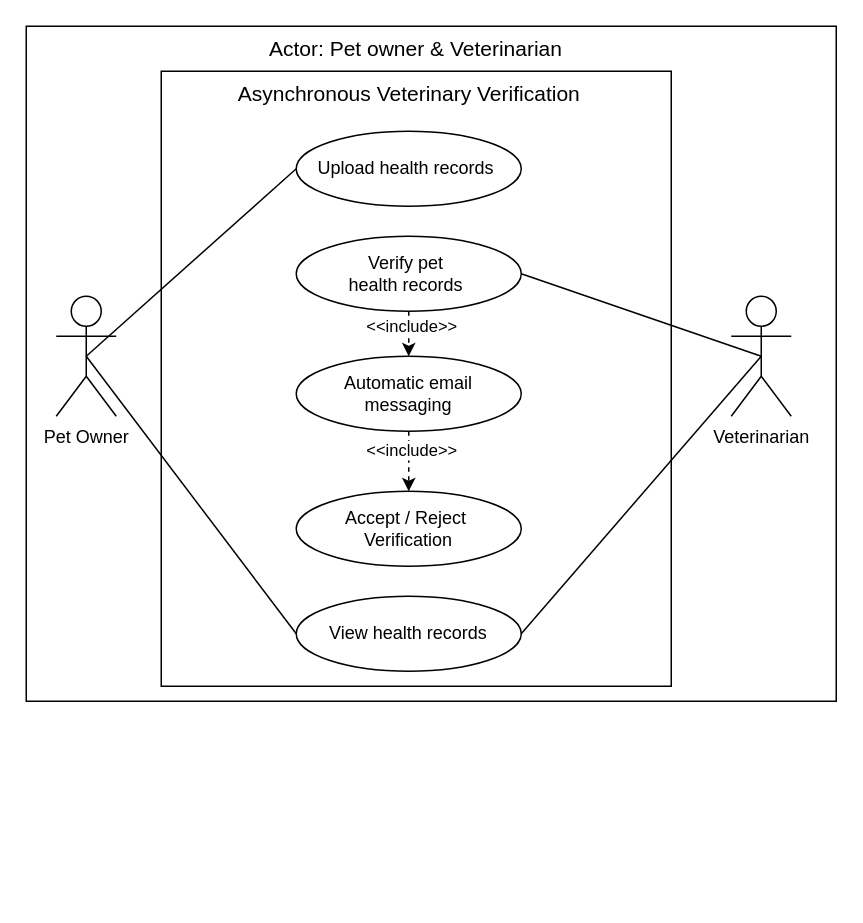
Earlier version of the draw.io diagram page "Fig-4" (4 of 10) of USE-CASE_Diagram_Franco.drawio (Chels013/Breedr-Diagrams). Source tidied: cells renumbered, new cells numbered last; positions are measured from the earlier drawing's top-left corner, leaving out a move shared by most shapes. Both pictures are drawn from the tidied source at 150%, with x=0, y=0 at pixel (26, 26).
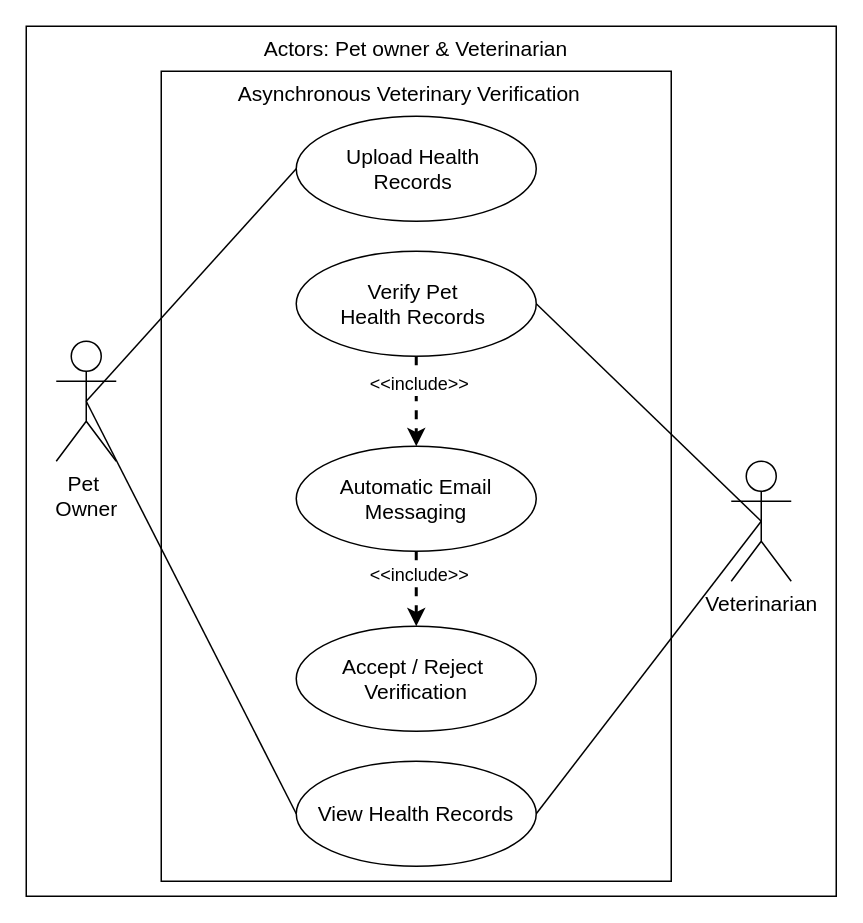
The same page after the edit.

What changed in the source:
```diff
@@
     <mxCell id="2" style="rounded=0;whiteSpace=wrap;html=1;align=center;verticalAlign=middle;fontFamily=Helvetica;fontSize=12;" parent="1" vertex="1">
-      <mxGeometry width="540" height="450" as="geometry" />
+      <mxGeometry width="540" height="580" as="geometry" />
     </mxCell>
-    <mxCell id="3" value="&lt;div&gt;Actor: Pet owner &amp;amp; Veterinarian&lt;/div&gt;" style="text;html=1;align=center;verticalAlign=middle;whiteSpace=wrap;rounded=0;fontFamily=Helvetica;fontSize=14;fontColor=default;" parent="1" vertex="1">
+    <mxCell id="3" value="&lt;div&gt;Actors: Pet owner &amp;amp; Veterinarian&lt;/div&gt;" style="text;html=1;align=center;verticalAlign=middle;whiteSpace=wrap;rounded=0;fontFamily=Helvetica;fontSize=14;fontColor=default;" parent="1" vertex="1">
       <mxGeometry x="80" width="360" height="30" as="geometry" />
     </mxCell>
-    <mxCell id="4" value="Pet Owner" style="shape=umlActor;verticalLabelPosition=bottom;verticalAlign=top;html=1;outlineConnect=0;rounded=0;align=center;fontFamily=Helvetica;fontSize=12;fontColor=default;fillColor=none;gradientColor=none;" parent="1" vertex="1">
-      <mxGeometry x="20" y="180" width="40" height="80" as="geometry" />
+    <mxCell id="4" value="&lt;font style=&quot;font-size: 14px;&quot;&gt;Pet&amp;nbsp;&lt;/font&gt;&lt;div&gt;&lt;font style=&quot;font-size: 14px;&quot;&gt;Owner&lt;/font&gt;&lt;/div&gt;" style="shape=umlActor;verticalLabelPosition=bottom;verticalAlign=top;html=1;outlineConnect=0;rounded=0;align=center;fontFamily=Helvetica;fontSize=12;fontColor=default;fillColor=none;gradientColor=none;" parent="1" vertex="1">
+      <mxGeometry x="20" y="210" width="40" height="80" as="geometry" />
     </mxCell>
     <mxCell id="5" style="rounded=0;whiteSpace=wrap;html=1;align=center;verticalAlign=middle;fontFamily=Helvetica;fontSize=12;fontColor=default;fillColor=none;gradientColor=none;" parent="1" vertex="1">
-      <mxGeometry x="90" y="30" width="340" height="410" as="geometry" />
+      <mxGeometry x="90" y="30" width="340" height="540" as="geometry" />
     </mxCell>
-    <mxCell id="6" value="Upload health records&amp;nbsp;" style="ellipse;whiteSpace=wrap;html=1;rounded=0;align=center;verticalAlign=middle;fontFamily=Helvetica;fontSize=12;fontColor=default;fillColor=none;gradientColor=none;" parent="1" vertex="1">
-      <mxGeometry x="180" y="70" width="150" height="50" as="geometry" />
+    <mxCell id="6" value="&lt;font style=&quot;font-size: 14px;&quot;&gt;Upload Health&amp;nbsp;&lt;/font&gt;&lt;div&gt;&lt;font style=&quot;font-size: 14px;&quot;&gt;Records&amp;nbsp;&lt;/font&gt;&lt;/div&gt;" style="ellipse;whiteSpace=wrap;html=1;rounded=0;align=center;verticalAlign=middle;fontFamily=Helvetica;fontSize=12;fontColor=default;fillColor=none;gradientColor=none;" parent="1" vertex="1">
+      <mxGeometry x="180" y="60" width="160" height="70" as="geometry" />
     </mxCell>
-    <mxCell id="7" value="View health records" style="ellipse;whiteSpace=wrap;html=1;rounded=0;align=center;verticalAlign=middle;fontFamily=Helvetica;fontSize=12;fontColor=default;fillColor=none;gradientColor=none;" parent="1" vertex="1">
-      <mxGeometry x="180" y="380" width="150" height="50" as="geometry" />
+    <mxCell id="7" value="&lt;font style=&quot;font-size: 14px;&quot;&gt;View Health Records&lt;/font&gt;" style="ellipse;whiteSpace=wrap;html=1;rounded=0;align=center;verticalAlign=middle;fontFamily=Helvetica;fontSize=12;fontColor=default;fillColor=none;gradientColor=none;" parent="1" vertex="1">
+      <mxGeometry x="180" y="490" width="160" height="70" as="geometry" />
     </mxCell>
-    <mxCell id="8" value="Automatic email &lt;br&gt;messaging" style="ellipse;whiteSpace=wrap;html=1;rounded=0;align=center;verticalAlign=middle;fontFamily=Helvetica;fontSize=12;fontColor=default;fillColor=none;gradientColor=none;" parent="1" vertex="1">
-      <mxGeometry x="180" y="220" width="150" height="50" as="geometry" />
+    <mxCell id="8" value="&lt;font style=&quot;font-size: 14px;&quot;&gt;Automatic Email &lt;br&gt;Messaging&lt;/font&gt;" style="ellipse;whiteSpace=wrap;html=1;rounded=0;align=center;verticalAlign=middle;fontFamily=Helvetica;fontSize=12;fontColor=default;fillColor=none;gradientColor=none;" parent="1" vertex="1">
+      <mxGeometry x="180" y="280" width="160" height="70" as="geometry" />
     </mxCell>
@@
-    <mxCell id="12" value="Veterinarian" style="shape=umlActor;verticalLabelPosition=bottom;verticalAlign=top;html=1;outlineConnect=0;rounded=0;align=center;fontFamily=Helvetica;fontSize=12;fontColor=default;fillColor=none;gradientColor=none;" parent="1" vertex="1">
-      <mxGeometry x="470" y="180" width="40" height="80" as="geometry" />
+    <mxCell id="12" value="&lt;font style=&quot;font-size: 14px;&quot;&gt;Veterinarian&lt;/font&gt;" style="shape=umlActor;verticalLabelPosition=bottom;verticalAlign=top;html=1;outlineConnect=0;rounded=0;align=center;fontFamily=Helvetica;fontSize=12;fontColor=default;fillColor=none;gradientColor=none;" parent="1" vertex="1">
+      <mxGeometry x="470" y="290" width="40" height="80" as="geometry" />
     </mxCell>
-    <mxCell id="13" value="Accept / Reject&amp;nbsp;&lt;br&gt;Verification" style="ellipse;whiteSpace=wrap;html=1;rounded=0;align=center;verticalAlign=middle;fontFamily=Helvetica;fontSize=12;fontColor=default;fillColor=none;gradientColor=none;" parent="1" vertex="1">
-      <mxGeometry x="180" y="310" width="150" height="50" as="geometry" />
+    <mxCell id="13" value="&lt;font style=&quot;font-size: 14px;&quot;&gt;Accept / Reject&amp;nbsp;&lt;br&gt;Verification&lt;/font&gt;" style="ellipse;whiteSpace=wrap;html=1;rounded=0;align=center;verticalAlign=middle;fontFamily=Helvetica;fontSize=12;fontColor=default;fillColor=none;gradientColor=none;" parent="1" vertex="1">
+      <mxGeometry x="180" y="400" width="160" height="70" as="geometry" />
     </mxCell>
-    <mxCell id="14" style="html=1;labelBackgroundColor=#ffffff;startArrow=none;startFill=0;startSize=6;endArrow=classic;endFill=1;endSize=6;jettySize=auto;strokeWidth=1;dashed=1;fontSize=14;entryX=0.5;entryY=0;entryDx=0;entryDy=0;exitX=0.5;exitY=1;exitDx=0;exitDy=0;" parent="1" edge="1" source="8" target="13">
+    <mxCell id="14" style="html=1;labelBackgroundColor=#ffffff;startArrow=none;startFill=0;startSize=6;endArrow=classic;endFill=1;endSize=6;jettySize=auto;strokeWidth=2;dashed=1;fontSize=14;entryX=0.5;entryY=0;entryDx=0;entryDy=0;exitX=0.5;exitY=1;exitDx=0;exitDy=0;" parent="1" edge="1" source="8" target="13">
       <mxGeometry relative="1" as="geometry" />
     </mxCell>
-    <mxCell id="15" value="&amp;lt;&amp;lt;include&amp;gt;&amp;gt;" style="edgeLabel;html=1;align=center;verticalAlign=middle;" parent="14" vertex="1">
+    <mxCell id="15" value="&lt;font style=&quot;font-size: 12px;&quot;&gt;&amp;lt;&amp;lt;include&amp;gt;&amp;gt;&lt;/font&gt;" style="edgeLabel;html=1;align=center;verticalAlign=middle;" parent="14" vertex="1">
       <mxGeometry x="-0.4" y="1" relative="1" as="geometry" />
     </mxCell>
-    <mxCell id="16" value="Verify pet&amp;nbsp;&lt;div&gt;health records&amp;nbsp;&lt;/div&gt;" style="ellipse;whiteSpace=wrap;html=1;rounded=0;align=center;verticalAlign=middle;fontFamily=Helvetica;fontSize=12;fontColor=default;fillColor=none;gradientColor=none;" parent="1" vertex="1">
-      <mxGeometry x="180" y="140" width="150" height="50" as="geometry" />
+    <mxCell id="16" value="&lt;font style=&quot;font-size: 14px;&quot;&gt;Verify Pet&amp;nbsp;&lt;/font&gt;&lt;div&gt;&lt;font style=&quot;font-size: 14px;&quot;&gt;Health Records&amp;nbsp;&lt;/font&gt;&lt;/div&gt;" style="ellipse;whiteSpace=wrap;html=1;rounded=0;align=center;verticalAlign=middle;fontFamily=Helvetica;fontSize=12;fontColor=default;fillColor=none;gradientColor=none;" parent="1" vertex="1">
+      <mxGeometry x="180" y="150" width="160" height="70" as="geometry" />
     </mxCell>
-    <mxCell id="17" style="html=1;labelBackgroundColor=#ffffff;startArrow=none;startFill=0;startSize=6;endArrow=classic;endFill=1;endSize=6;jettySize=auto;strokeWidth=1;dashed=1;fontSize=14;entryX=0.5;entryY=0;entryDx=0;entryDy=0;exitX=0.5;exitY=1;exitDx=0;exitDy=0;" parent="1" edge="1" source="16" target="8">
+    <mxCell id="17" style="html=1;labelBackgroundColor=#ffffff;startArrow=none;startFill=0;startSize=6;endArrow=classic;endFill=1;endSize=6;jettySize=auto;strokeWidth=2;dashed=1;fontSize=14;entryX=0.5;entryY=0;entryDx=0;entryDy=0;exitX=0.5;exitY=1;exitDx=0;exitDy=0;" parent="1" edge="1" source="16" target="8">
       <mxGeometry relative="1" as="geometry" />
     </mxCell>
-    <mxCell id="18" value="&amp;lt;&amp;lt;include&amp;gt;&amp;gt;" style="edgeLabel;html=1;align=center;verticalAlign=middle;" parent="17" vertex="1">
+    <mxCell id="18" value="&lt;font style=&quot;font-size: 12px;&quot;&gt;&amp;lt;&amp;lt;include&amp;gt;&amp;gt;&lt;/font&gt;" style="edgeLabel;html=1;align=center;verticalAlign=middle;" parent="17" vertex="1">
       <mxGeometry x="-0.4" y="1" relative="1" as="geometry" />
     </mxCell>
```
